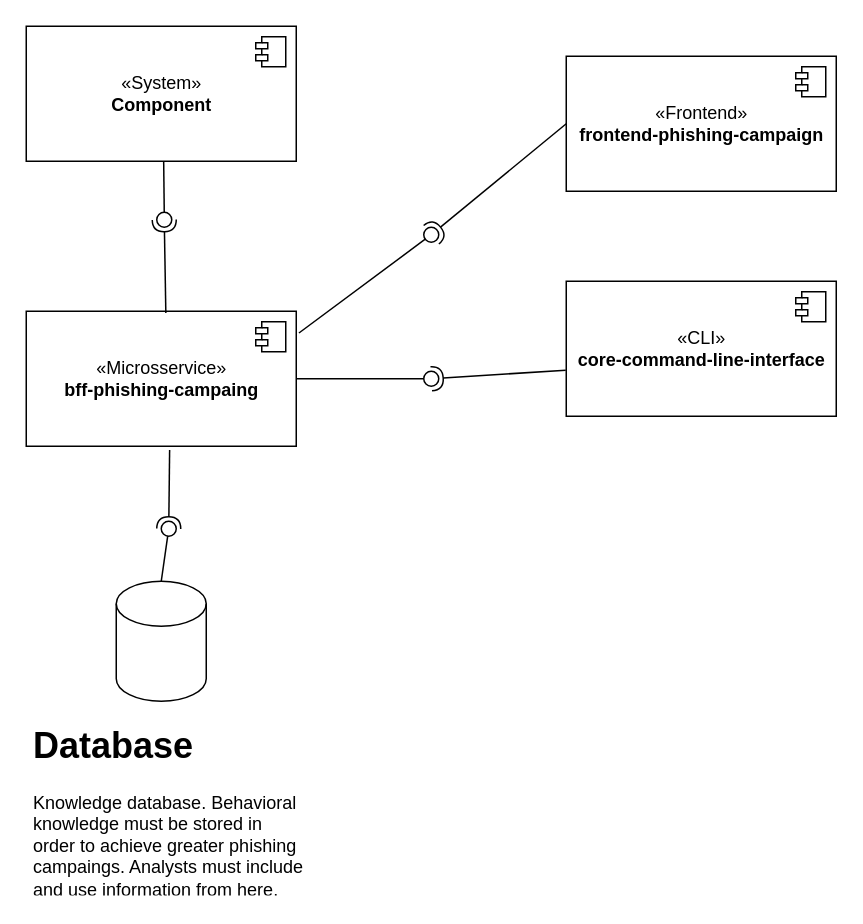
This is documents/diagrama-de-componentes.drawio from akademicmensch/igti-mba-cybersecurity, a draw.io file, before an edit. Source tidied: cells renumbered, new cells numbered last; positions are measured from the earlier drawing's top-left corner, leaving out a move shared by most shapes. Both pictures are drawn from the tidied source at 150%, with x=0, y=0 at pixel (26, 26).
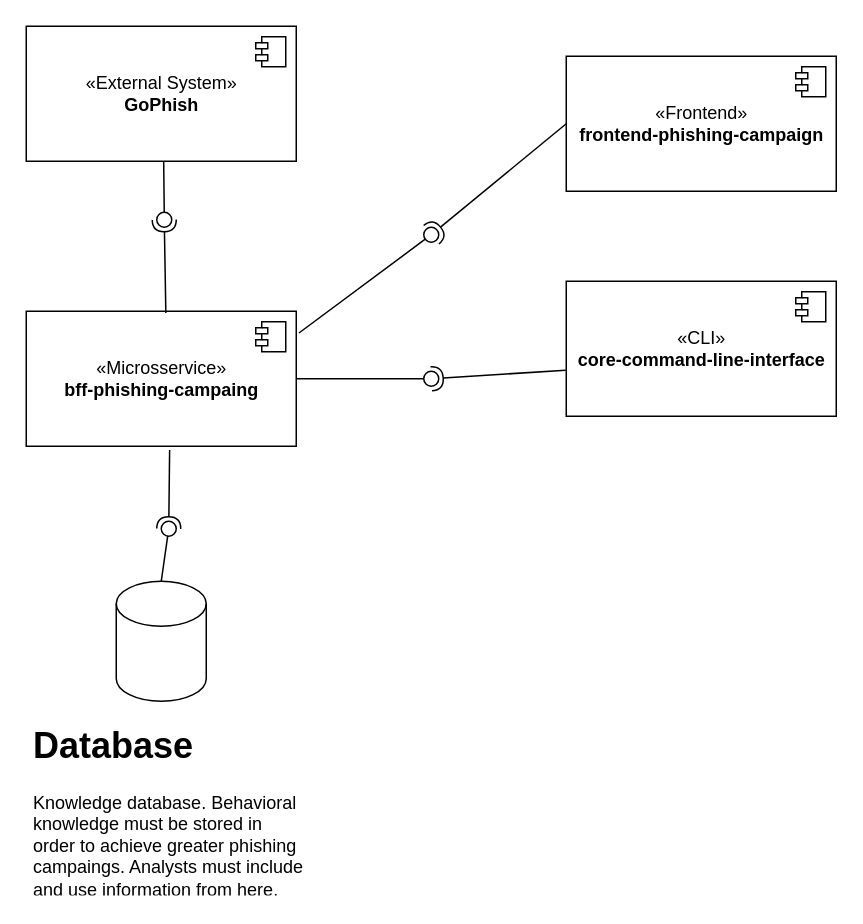
Above is the later version.

Diff of the diagram source:
```diff
@@
-    <mxCell id="4" value="«System»&lt;br&gt;&lt;b&gt;Component&lt;/b&gt;" style="html=1;" parent="1" vertex="1">
+    <mxCell id="4" value="«External System»&lt;br&gt;&lt;b&gt;GoPhish&lt;/b&gt;" style="html=1;" parent="1" vertex="1">
       <mxGeometry width="180" height="90" as="geometry" />
     </mxCell>
```
